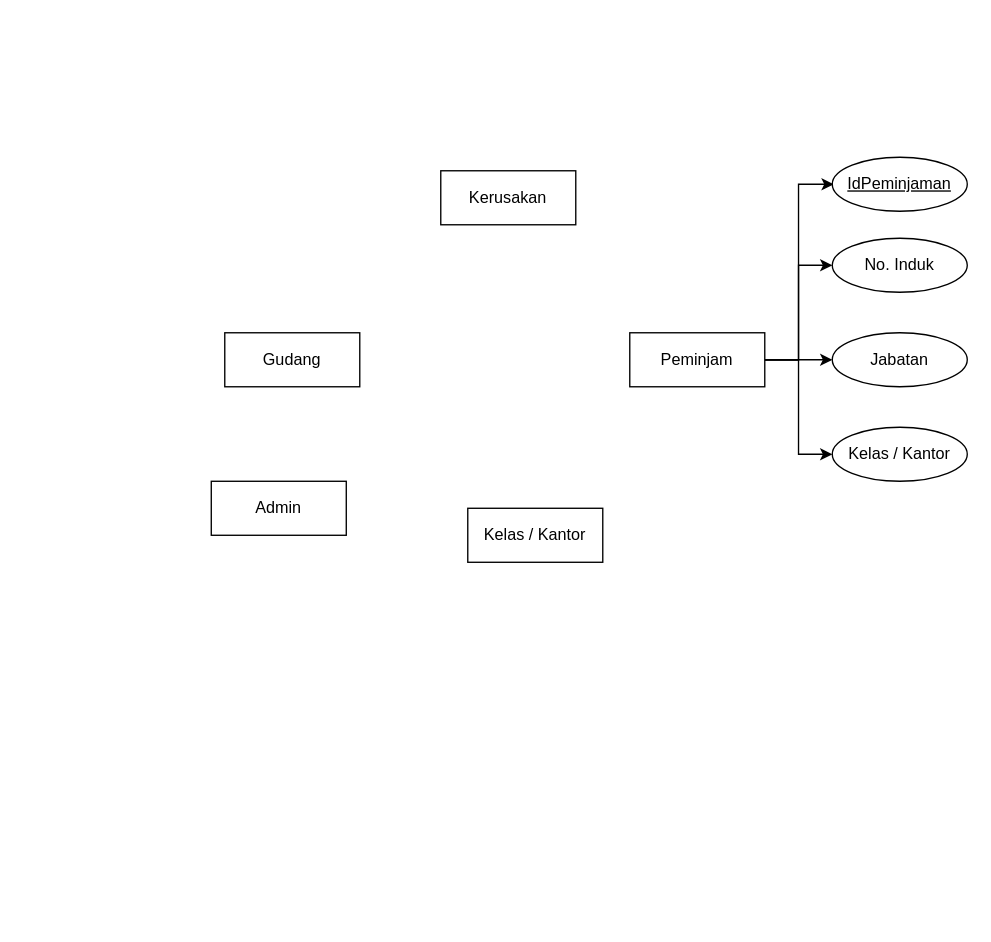
Earlier version of the draw.io diagram .drawio (Sacrit38/CPP-Ponggame). Source tidied: cells renumbered, new cells numbered last; positions are measured from the earlier drawing's top-left corner, leaving out a move shared by most shapes. Both pictures are drawn from the tidied source at 135%, with x=0, y=0 at pixel (211, 157).
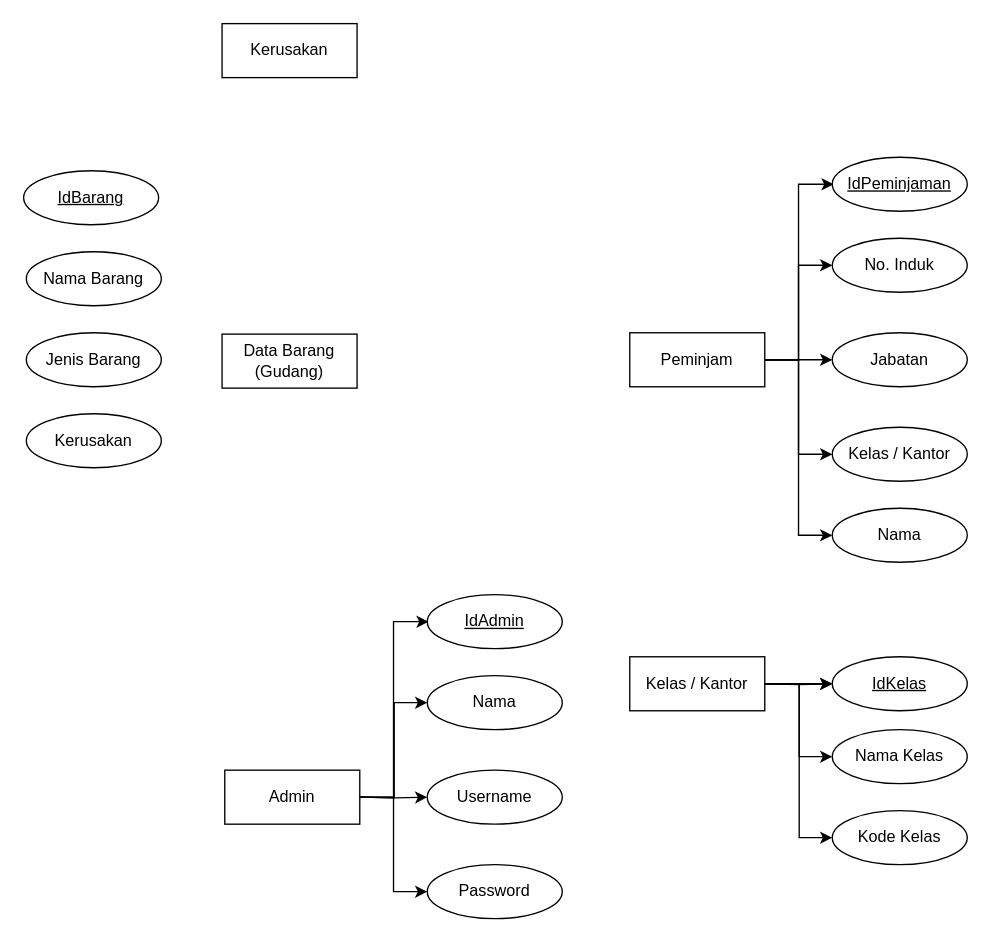
After the change.

Unchanged cells that the change refers to:
```xml
<mxCell id="6" value="Peminjam" style="whiteSpace=wrap;html=1;align=center;" parent="1" vertex="1">
  <mxGeometry x="310" y="130" width="100" height="40" as="geometry" />
</mxCell>
```

Diff of the diagram source:
```diff
@@
     <mxCell id="10" value="Admin" style="whiteSpace=wrap;html=1;align=center;" parent="1" vertex="1">
-      <mxGeometry y="240" width="100" height="40" as="geometry" />
+      <mxGeometry x="10" y="454" width="100" height="40" as="geometry" />
     </mxCell>
-    <mxCell id="11" value="Gudang" style="whiteSpace=wrap;html=1;align=center;" parent="1" vertex="1">
-      <mxGeometry x="10" y="130" width="100" height="40" as="geometry" />
+    <mxCell id="11" value="Data Barang (Gudang)" style="whiteSpace=wrap;html=1;align=center;" parent="1" vertex="1">
+      <mxGeometry x="8" y="131" width="100" height="40" as="geometry" />
     </mxCell>
     <mxCell id="12" value="Kerusakan" style="whiteSpace=wrap;html=1;align=center;" parent="1" vertex="1">
-      <mxGeometry x="170" y="10" width="100" height="40" as="geometry" />
+      <mxGeometry x="8" y="-99" width="100" height="40" as="geometry" />
     </mxCell>
     <mxCell id="13" value="Kelas / Kantor" style="whiteSpace=wrap;html=1;align=center;" parent="1" vertex="1">
-      <mxGeometry x="190" y="260" width="100" height="40" as="geometry" />
+      <mxGeometry x="310" y="370" width="100" height="40" as="geometry" />
     </mxCell>
@@
+    <mxCell id="15" style="edgeStyle=orthogonalEdgeStyle;rounded=0;jettySize=auto;html=1;exitX=1;exitY=0.5;exitDx=0;exitDy=0;entryX=0;entryY=0.5;entryDx=0;entryDy=0;" parent="1" edge="1" target="21">
+      <mxGeometry relative="1" as="geometry">
+        <mxPoint x="110" y="474" as="sourcePoint" />
+        <Array as="points">
+          <mxPoint x="135" y="474" />
+          <mxPoint x="135" y="544" />
+        </Array>
+      </mxGeometry>
+    </mxCell>
+    <mxCell id="16" style="edgeStyle=orthogonalEdgeStyle;rounded=0;jettySize=auto;html=1;entryX=0;entryY=0.5;entryDx=0;entryDy=0;" parent="1" edge="1" target="20">
+      <mxGeometry relative="1" as="geometry">
+        <mxPoint x="110" y="474" as="sourcePoint" />
+      </mxGeometry>
+    </mxCell>
+    <mxCell id="17" style="edgeStyle=orthogonalEdgeStyle;rounded=0;jettySize=auto;html=1;entryX=0;entryY=0.5;entryDx=0;entryDy=0;" parent="1" edge="1" target="19">
+      <mxGeometry relative="1" as="geometry">
+        <mxPoint x="110" y="474" as="sourcePoint" />
+      </mxGeometry>
+    </mxCell>
+    <mxCell id="18" style="edgeStyle=orthogonalEdgeStyle;rounded=0;orthogonalLoop=1;jettySize=auto;html=1;exitX=1;exitY=0.5;exitDx=0;exitDy=0;entryX=0;entryY=0.5;entryDx=0;entryDy=0;" parent="1" edge="1">
+      <mxGeometry relative="1" as="geometry">
+        <mxPoint x="110" y="474" as="sourcePoint" />
+        <mxPoint x="161" y="344" as="targetPoint" />
+        <Array as="points">
+          <mxPoint x="135" y="474" />
+          <mxPoint x="135" y="344" />
+        </Array>
+      </mxGeometry>
+    </mxCell>
+    <mxCell id="19" value="Nama" style="ellipse;whiteSpace=wrap;html=1;align=center;" parent="1" vertex="1">
+      <mxGeometry x="160" y="384" width="100" height="40" as="geometry" />
+    </mxCell>
+    <mxCell id="20" value="Username" style="ellipse;whiteSpace=wrap;html=1;align=center;" parent="1" vertex="1">
+      <mxGeometry x="160" y="454" width="100" height="40" as="geometry" />
+    </mxCell>
+    <mxCell id="21" value="Password" style="ellipse;whiteSpace=wrap;html=1;align=center;" parent="1" vertex="1">
+      <mxGeometry x="160" y="524" width="100" height="40" as="geometry" />
+    </mxCell>
+    <mxCell id="22" value="IdAdmin" style="ellipse;whiteSpace=wrap;html=1;align=center;fontStyle=4;" parent="1" vertex="1">
+      <mxGeometry x="160" y="324" width="100" height="40" as="geometry" />
+    </mxCell>
+    <mxCell id="23" style="edgeStyle=orthogonalEdgeStyle;rounded=0;jettySize=auto;html=1;exitX=1;exitY=0.5;exitDx=0;exitDy=0;entryX=0;entryY=0.5;entryDx=0;entryDy=0;" parent="1" edge="1" source="6" target="24">
+      <mxGeometry relative="1" as="geometry" />
+    </mxCell>
+    <mxCell id="24" value="Nama" style="ellipse;whiteSpace=wrap;html=1;align=center;" parent="1" vertex="1">
+      <mxGeometry x="460" y="260" width="100" height="40" as="geometry" />
+    </mxCell>
+    <mxCell id="25" style="edgeStyle=orthogonalEdgeStyle;rounded=0;jettySize=auto;html=1;entryX=0;entryY=0.5;entryDx=0;entryDy=0;" parent="1" edge="1" target="29">
+      <mxGeometry relative="1" as="geometry">
+        <mxPoint x="410" y="390" as="sourcePoint" />
+      </mxGeometry>
+    </mxCell>
+    <mxCell id="26" style="edgeStyle=orthogonalEdgeStyle;rounded=0;jettySize=auto;html=1;entryX=0;entryY=0.5;entryDx=0;entryDy=0;" parent="1" edge="1" target="28">
+      <mxGeometry relative="1" as="geometry">
+        <mxPoint x="410" y="390" as="sourcePoint" />
+      </mxGeometry>
+    </mxCell>
+    <mxCell id="27" style="edgeStyle=orthogonalEdgeStyle;rounded=0;jettySize=auto;html=1;exitX=1;exitY=0.5;exitDx=0;exitDy=0;entryX=0;entryY=0.5;entryDx=0;entryDy=0;" parent="1" edge="1" target="32">
+      <mxGeometry relative="1" as="geometry">
+        <mxPoint x="410" y="390" as="sourcePoint" />
+        <Array as="points">
+          <mxPoint x="440" y="390" />
+          <mxPoint x="440" y="390" />
+        </Array>
+      </mxGeometry>
+    </mxCell>
+    <mxCell id="28" value="Kode Kelas" style="ellipse;whiteSpace=wrap;html=1;align=center;" parent="1" vertex="1">
+      <mxGeometry x="460" y="484" width="100" height="40" as="geometry" />
+    </mxCell>
+    <mxCell id="29" value="Nama Kelas" style="ellipse;whiteSpace=wrap;html=1;align=center;" parent="1" vertex="1">
+      <mxGeometry x="460" y="424" width="100" height="40" as="geometry" />
+    </mxCell>
+    <mxCell id="30" value="IdBarang" style="ellipse;whiteSpace=wrap;html=1;align=center;fontStyle=4;" parent="1" vertex="1">
+      <mxGeometry x="-139" y="10" width="100" height="40" as="geometry" />
+    </mxCell>
+    <mxCell id="31" style="edgeStyle=orthogonalEdgeStyle;rounded=0;jettySize=auto;html=1;entryX=0;entryY=0.5;entryDx=0;entryDy=0;" parent="1" edge="1" target="32">
+      <mxGeometry relative="1" as="geometry">
+        <mxPoint x="410" y="390" as="sourcePoint" />
+      </mxGeometry>
+    </mxCell>
+    <mxCell id="32" value="IdKelas" style="ellipse;whiteSpace=wrap;html=1;align=center;fontStyle=4;" parent="1" vertex="1">
+      <mxGeometry x="460" y="370" width="100" height="40" as="geometry" />
+    </mxCell>
+    <mxCell id="33" value="Nama Barang" style="ellipse;whiteSpace=wrap;html=1;align=center;" parent="1" vertex="1">
+      <mxGeometry x="-137" y="70" width="100" height="40" as="geometry" />
+    </mxCell>
+    <mxCell id="34" value="Jenis Barang" style="ellipse;whiteSpace=wrap;html=1;align=center;" parent="1" vertex="1">
+      <mxGeometry x="-137" y="130" width="100" height="40" as="geometry" />
+    </mxCell>
+    <mxCell id="35" value="Kerusakan" style="ellipse;whiteSpace=wrap;html=1;align=center;" parent="1" vertex="1">
+      <mxGeometry x="-137" y="190" width="100" height="40" as="geometry" />
+    </mxCell>
```
